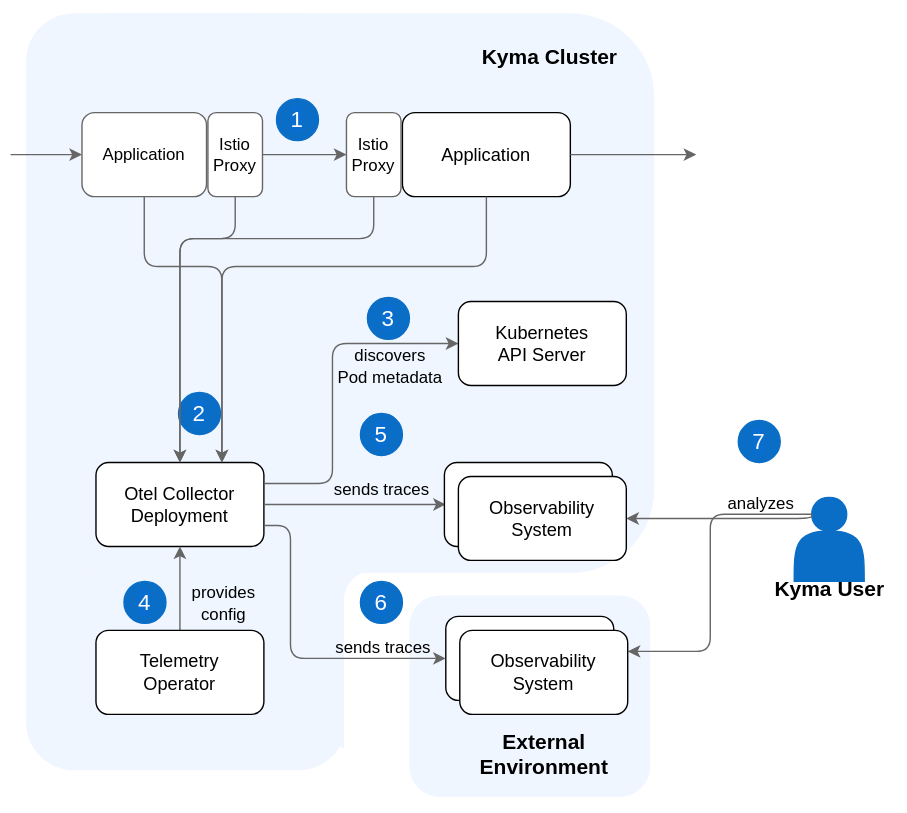
kyma-project/telemetry-manager keeps this draw.io diagram as docs/user/assets/tracing-arch.drawio.svg. Above is the earlier version. Source tidied: cells renumbered, new cells last; positions are measured from the earlier drawing's top-left corner, leaving out a move shared by most shapes.
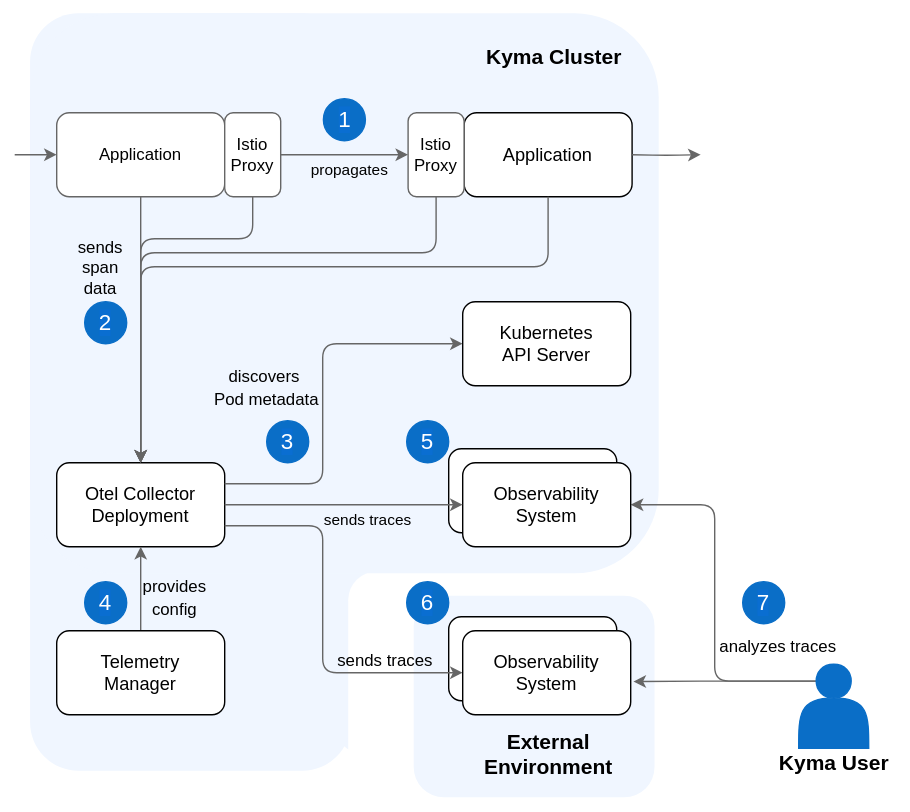
Later version of the same file.

What changed in the source:
```diff
@@ -5,24 +5,21 @@
     <mxCell id="2" style="rounded=0;whiteSpace=wrap;html=1;strokeColor=none;fillColor=#FFFFFF;" parent="1" vertex="1">
-      <mxGeometry x="11" width="629" height="580" as="geometry" />
+      <mxGeometry x="-910" y="-400" width="650" height="580" as="geometry" />
     </mxCell>
     <mxCell id="3" style="rounded=1;whiteSpace=wrap;html=1;strokeColor=none;fillColor=#F0F6FF;" parent="1" vertex="1">
-      <mxGeometry x="230" y="402.5" width="118.7" height="135" as="geometry" />
+      <mxGeometry x="-670" y="2.5" width="118.7" height="135" as="geometry" />
     </mxCell>
     <mxCell id="4" style="rounded=1;whiteSpace=wrap;html=1;strokeColor=none;fillColor=#F0F6FF;" parent="1" vertex="1">
-      <mxGeometry x="11" y="9" width="229" height="541" as="geometry" />
+      <mxGeometry x="-889" y="-391" width="229" height="541" as="geometry" />
     </mxCell>
     <mxCell id="5" style="rounded=1;whiteSpace=wrap;html=1;strokeColor=none;" parent="1" vertex="1">
-      <mxGeometry x="238.2" y="407.5" width="138.3" height="150" as="geometry" />
+      <mxGeometry x="-661.8" y="7.5" width="138.3" height="150" as="geometry" />
     </mxCell>
     <mxCell id="6" style="rounded=1;whiteSpace=wrap;html=1;strokeColor=none;fillColor=#F0F6FF;" parent="1" vertex="1">
-      <mxGeometry x="11" y="9" width="449" height="400" as="geometry" />
+      <mxGeometry x="-889" y="-391" width="449" height="400" as="geometry" />
     </mxCell>
-    <mxCell id="7" value="Application" style="rounded=1;whiteSpace=wrap;html=1;fillColor=#ffffff;gradientColor=none;strokeColor=#666666;" parent="1" vertex="1">
-      <mxGeometry x="51" y="80" width="89" height="60" as="geometry" />
-    </mxCell>
     <mxCell id="8" value="Application" style="rounded=1;whiteSpace=wrap;html=1;fontSize=13;" parent="1" vertex="1">
-      <mxGeometry x="280" y="80" width="120" height="60" as="geometry" />
+      <mxGeometry x="-579" y="-320" width="120" height="60" as="geometry" />
     </mxCell>
     <mxCell id="9" value="Otel Collector&lt;br&gt;Deployment" style="rounded=1;whiteSpace=wrap;html=1;fontSize=13;" parent="1" vertex="1">
-      <mxGeometry x="61" y="330" width="120" height="60" as="geometry" />
+      <mxGeometry x="-870" y="-70" width="120" height="60" as="geometry" />
     </mxCell>
@@ -31,4 +28,4 @@
         <Array as="points">
-          <mxPoint x="230" y="345" />
-          <mxPoint x="230" y="245" />
+          <mxPoint x="-680" y="-55" />
+          <mxPoint x="-680" y="-155" />
         </Array>
@@ -36,5 +33,5 @@
     </mxCell>
-    <mxCell id="11" value="&lt;font style=&quot;font-size: 12px&quot;&gt;discovers&lt;br&gt;Pod metadata&lt;/font&gt;" style="text;html=1;align=center;verticalAlign=middle;labelBackgroundColor=none;fontSize=13;" parent="10" vertex="1">
+    <mxCell id="11" value="&lt;font style=&quot;font-size: 12px&quot;&gt;discovers&lt;br&gt;&amp;nbsp;Pod metadata&lt;/font&gt;" style="text;html=1;align=center;verticalAlign=middle;labelBackgroundColor=none;fontSize=13;" parent="10" vertex="1">
       <mxGeometry x="-0.24" y="2" relative="1" as="geometry">
-        <mxPoint x="42" y="-43" as="offset" />
+        <mxPoint x="-41" y="-37" as="offset" />
       </mxGeometry>
@@ -42,18 +39,4 @@
     <mxCell id="12" value="&lt;font style=&quot;font-size: 16px&quot;&gt;2&lt;/font&gt;" style="ellipse;whiteSpace=wrap;html=1;labelBackgroundColor=#0A6ED1;fontColor=#FFFFFF;fillColor=#0A6EC7;strokeColor=#0A6EC7;" parent="1" vertex="1">
-      <mxGeometry x="120" y="280" width="30" height="30" as="geometry" />
+      <mxGeometry x="-850" y="-185" width="30" height="30" as="geometry" />
     </mxCell>
-    <mxCell id="13" value="&lt;font style=&quot;font-size: 16px&quot;&gt;5&lt;/font&gt;" style="ellipse;whiteSpace=wrap;html=1;labelBackgroundColor=#0A6ED1;fontColor=#FFFFFF;fillColor=#0A6EC7;strokeColor=#0A6EC7;" parent="1" vertex="1">
-      <mxGeometry x="250" y="295" width="30" height="30" as="geometry" />
-    </mxCell>
-    <mxCell id="14" value="sends traces&amp;nbsp;" style="text;html=1;align=center;verticalAlign=middle;strokeColor=none;" parent="1" vertex="1">
-      <mxGeometry x="220" y="340" width="90" height="20" as="geometry" />
-    </mxCell>
-    <mxCell id="15" style="edgeStyle=orthogonalEdgeStyle;rounded=1;jettySize=auto;html=1;startArrow=none;startFill=0;endArrow=classic;endFill=1;strokeColor=#666666;exitX=1;exitY=0.5;exitDx=0;exitDy=0;entryX=0;entryY=0.5;entryDx=0;entryDy=0;" parent="1" edge="1" source="9">
-      <mxGeometry relative="1" as="geometry">
-        <mxPoint x="311" y="360" as="targetPoint" />
-        <Array as="points">
-          <mxPoint x="311" y="360" />
-        </Array>
-      </mxGeometry>
-    </mxCell>
     <mxCell id="16" style="edgeStyle=orthogonalEdgeStyle;rounded=1;jettySize=auto;html=1;startArrow=none;startFill=0;endArrow=classic;endFill=1;exitX=0.5;exitY=0;exitDx=0;exitDy=0;strokeColor=#666666;entryX=0.5;entryY=1;entryDx=0;entryDy=0;" parent="1" edge="1" source="23" target="9">
@@ -63,10 +46,10 @@
       <mxGeometry x="-0.24" y="2" relative="1" as="geometry">
-        <mxPoint x="32" y="2" as="offset" />
+        <mxPoint x="25" y="-2" as="offset" />
       </mxGeometry>
     </mxCell>
-    <mxCell id="18" style="edgeStyle=orthogonalEdgeStyle;rounded=1;jettySize=auto;html=1;startArrow=none;startFill=0;endArrow=classic;endFill=1;strokeColor=#666666;entryX=0.75;entryY=0;entryDx=0;entryDy=0;exitX=0.5;exitY=1;exitDx=0;exitDy=0;" parent="1" edge="1" source="8" target="9">
+    <mxCell id="18" style="edgeStyle=orthogonalEdgeStyle;rounded=1;jettySize=auto;html=1;startArrow=none;startFill=0;endArrow=classic;endFill=1;strokeColor=#666666;entryX=0.5;entryY=0;entryDx=0;entryDy=0;exitX=0.5;exitY=1;exitDx=0;exitDy=0;" parent="1" edge="1" source="8" target="9">
       <mxGeometry relative="1" as="geometry">
         <Array as="points">
-          <mxPoint x="340" y="190" />
-          <mxPoint x="151" y="190" />
+          <mxPoint x="-519" y="-210" />
+          <mxPoint x="-810" y="-210" />
         </Array>
@@ -74,52 +57,42 @@
     </mxCell>
+    <mxCell id="48" value="&lt;font style=&quot;font-size: 12px;&quot;&gt;sends&lt;br&gt;span&lt;br&gt;data&lt;/font&gt;" style="edgeLabel;html=1;align=center;verticalAlign=middle;labelBackgroundColor=none;" parent="18" vertex="1">
+      <mxGeometry x="0.17" y="-2" relative="1" as="geometry">
+        <mxPoint x="-89" y="2" as="offset" />
+      </mxGeometry>
+    </mxCell>
     <mxCell id="19" value="Kubernetes&lt;br&gt;API Server" style="rounded=1;whiteSpace=wrap;html=1;fontSize=13;" parent="1" vertex="1">
-      <mxGeometry x="320" y="215" width="120" height="60" as="geometry" />
+      <mxGeometry x="-580" y="-185" width="120" height="60" as="geometry" />
     </mxCell>
     <mxCell id="20" value="&lt;font style=&quot;font-size: 16px&quot;&gt;3&lt;/font&gt;" style="ellipse;whiteSpace=wrap;html=1;labelBackgroundColor=#0A6ED1;fontColor=#FFFFFF;fillColor=#0A6EC7;strokeColor=#0A6EC7;" parent="1" vertex="1">
-      <mxGeometry x="255" y="212" width="30" height="30" as="geometry" />
+      <mxGeometry x="-720" y="-100" width="30" height="30" as="geometry" />
     </mxCell>
-    <mxCell id="21" style="shape=actor;whiteSpace=wrap;html=1;fillColor=#0A6EC7;strokeColor=#0A6EC7;" parent="1" vertex="1">
-      <mxGeometry x="560" y="355" width="50" height="60" as="geometry" />
-    </mxCell>
-    <mxCell id="22" value="&lt;font style=&quot;font-size: 15px&quot;&gt;&lt;b&gt;Kyma User&lt;/b&gt;&lt;/font&gt;" style="text;html=1;align=center;verticalAlign=middle;fontSize=15;" parent="1" vertex="1">
-      <mxGeometry x="540" y="410" width="90" height="20" as="geometry" />
-    </mxCell>
-    <mxCell id="23" value="Telemetry&lt;br&gt;Operator" style="rounded=1;whiteSpace=wrap;html=1;fontSize=13;" parent="1" vertex="1">
-      <mxGeometry x="61" y="450" width="120" height="60" as="geometry" />
+    <mxCell id="23" value="Telemetry&lt;br&gt;Manager" style="rounded=1;whiteSpace=wrap;html=1;fontSize=13;" parent="1" vertex="1">
+      <mxGeometry x="-870" y="50" width="120" height="60" as="geometry" />
     </mxCell>
     <mxCell id="24" value="&lt;font style=&quot;font-size: 16px&quot;&gt;4&lt;/font&gt;" style="ellipse;whiteSpace=wrap;html=1;labelBackgroundColor=#0A6ED1;fontColor=#FFFFFF;fillColor=#0A6EC7;strokeColor=#0A6EC7;" parent="1" vertex="1">
-      <mxGeometry x="81" y="415" width="30" height="30" as="geometry" />
+      <mxGeometry x="-850" y="15" width="30" height="30" as="geometry" />
     </mxCell>
-    <mxCell id="25" value="&lt;font style=&quot;font-size: 16px&quot;&gt;6&lt;/font&gt;" style="ellipse;whiteSpace=wrap;html=1;labelBackgroundColor=#0A6ED1;fontColor=#FFFFFF;fillColor=#0A6EC7;strokeColor=#0A6EC7;" parent="1" vertex="1">
-      <mxGeometry x="250" y="415" width="30" height="30" as="geometry" />
-    </mxCell>
     <mxCell id="26" style="rounded=1;whiteSpace=wrap;html=1;strokeColor=none;fillColor=#F0F6FF;" parent="1" vertex="1">
-      <mxGeometry x="285" y="425" width="172" height="144" as="geometry" />
+      <mxGeometry x="-615" y="25" width="172" height="144" as="geometry" />
     </mxCell>
     <mxCell id="27" value="Observability&lt;br&gt;System" style="rounded=1;whiteSpace=wrap;html=1;fontSize=13;" parent="1" vertex="1">
-      <mxGeometry x="311" y="440" width="120" height="60" as="geometry" />
+      <mxGeometry x="-590" y="40" width="120" height="60" as="geometry" />
     </mxCell>
-    <mxCell id="28" style="edgeStyle=orthogonalEdgeStyle;rounded=1;jettySize=auto;html=1;strokeColor=#666666;entryX=1;entryY=0.25;entryDx=0;entryDy=0;exitX=0.25;exitY=0.2;exitDx=0;exitDy=0;exitPerimeter=0;" parent="1" edge="1" source="21" target="36">
-      <mxGeometry relative="1" as="geometry">
-        <Array as="points">
-          <mxPoint x="500" y="367" />
-          <mxPoint x="500" y="465" />
-        </Array>
-      </mxGeometry>
+    <mxCell id="28" style="edgeStyle=orthogonalEdgeStyle;rounded=1;jettySize=auto;html=1;strokeColor=#666666;entryX=1.016;entryY=0.605;entryDx=0;entryDy=0;exitX=0.25;exitY=0.2;exitDx=0;exitDy=0;exitPerimeter=0;entryPerimeter=0;" parent="1" edge="1" source="21" target="36">
+      <mxGeometry relative="1" as="geometry" />
     </mxCell>
     <mxCell id="29" value="&lt;font style=&quot;font-size: 15px&quot;&gt;&lt;b&gt;Kyma Cluster&lt;/b&gt;&lt;/font&gt;" style="text;html=1;align=center;verticalAlign=middle;" parent="1" vertex="1">
-      <mxGeometry x="330" y="30" width="110" height="20" as="geometry" />
+      <mxGeometry x="-570" y="-370" width="110" height="20" as="geometry" />
     </mxCell>
     <mxCell id="30" value="&lt;font style=&quot;font-size: 15px&quot;&gt;&lt;b&gt;External&lt;br&gt;Environment&lt;/b&gt;&lt;/font&gt;" style="text;html=1;align=center;verticalAlign=middle;" parent="1" vertex="1">
-      <mxGeometry x="326" y="517.5" width="110" height="40" as="geometry" />
+      <mxGeometry x="-574" y="117.5" width="110" height="40" as="geometry" />
     </mxCell>
     <mxCell id="31" value="&lt;font style=&quot;font-size: 16px&quot;&gt;7&lt;/font&gt;" style="ellipse;whiteSpace=wrap;html=1;labelBackgroundColor=#0A6ED1;fontColor=#FFFFFF;fillColor=#0A6EC7;strokeColor=#0A6EC7;" parent="1" vertex="1">
-      <mxGeometry x="520" y="300" width="30" height="30" as="geometry" />
+      <mxGeometry x="-380" y="15" width="30" height="30" as="geometry" />
     </mxCell>
-    <mxCell id="32" style="edgeStyle=orthogonalEdgeStyle;rounded=1;jettySize=auto;html=1;startArrow=none;startFill=0;endArrow=classic;endFill=1;exitX=1;exitY=0.75;exitDx=0;exitDy=0;strokeColor=#666666;entryX=0;entryY=0.5;entryDx=0;entryDy=0;" parent="1" edge="1" target="27">
+    <mxCell id="32" style="edgeStyle=orthogonalEdgeStyle;rounded=1;jettySize=auto;html=1;startArrow=none;startFill=0;endArrow=classic;endFill=1;exitX=1;exitY=0.75;exitDx=0;exitDy=0;strokeColor=#666666;entryX=0;entryY=0.5;entryDx=0;entryDy=0;" parent="1" edge="1" source="9" target="36">
       <mxGeometry relative="1" as="geometry">
-        <mxPoint x="181" y="375" as="sourcePoint" />
         <Array as="points">
-          <mxPoint x="200" y="375" />
-          <mxPoint x="200" y="470" />
+          <mxPoint x="-680" y="-25" />
+          <mxPoint x="-680" y="80" />
         </Array>
@@ -129,3 +102,3 @@
       <mxGeometry x="-0.24" y="2" relative="1" as="geometry">
-        <mxPoint x="63" y="19" as="offset" />
+        <mxPoint x="43" y="60" as="offset" />
       </mxGeometry>
@@ -135,3 +108,4 @@
         <Array as="points">
-          <mxPoint x="573" y="370" />
+          <mxPoint x="-400" y="86" />
+          <mxPoint x="-400" y="-40" />
         </Array>
@@ -139,5 +113,5 @@
     </mxCell>
-    <mxCell id="35" value="&lt;span style=&quot;font-size: 12px;&quot;&gt;analyzes&lt;/span&gt;" style="text;html=1;align=center;verticalAlign=middle;labelBackgroundColor=none;fontSize=13;" parent="34" vertex="1">
+    <mxCell id="35" value="&lt;span style=&quot;font-size: 12px;&quot;&gt;analyzes traces&lt;/span&gt;" style="text;html=1;align=center;verticalAlign=middle;labelBackgroundColor=none;fontSize=13;" parent="34" vertex="1">
       <mxGeometry x="-0.24" y="2" relative="1" as="geometry">
-        <mxPoint x="12" y="-14" as="offset" />
+        <mxPoint x="46" y="1" as="offset" />
       </mxGeometry>
@@ -145,9 +119,9 @@
     <mxCell id="36" value="Observability&lt;br&gt;System" style="rounded=1;whiteSpace=wrap;html=1;fontSize=13;" parent="1" vertex="1">
-      <mxGeometry x="321" y="450" width="120" height="60" as="geometry" />
+      <mxGeometry x="-580" y="50" width="120" height="60" as="geometry" />
     </mxCell>
     <mxCell id="37" value="Observability&lt;br&gt;System" style="rounded=1;whiteSpace=wrap;html=1;fontSize=13;" parent="1" vertex="1">
-      <mxGeometry x="310" y="330" width="120" height="60" as="geometry" />
+      <mxGeometry x="-590" y="-80" width="120" height="60" as="geometry" />
     </mxCell>
     <mxCell id="38" value="Observability&lt;br&gt;System" style="rounded=1;whiteSpace=wrap;html=1;fontSize=13;" parent="1" vertex="1">
-      <mxGeometry x="320" y="340" width="120" height="60" as="geometry" />
+      <mxGeometry x="-580" y="-70" width="120" height="60" as="geometry" />
     </mxCell>
@@ -155,28 +129,26 @@
       <mxGeometry relative="1" as="geometry">
-        <mxPoint y="110" as="targetPoint" />
+        <mxPoint x="-900" y="-290" as="targetPoint" />
       </mxGeometry>
     </mxCell>
-    <mxCell id="40" value="Istio&lt;br&gt;Proxy" style="rounded=1;whiteSpace=wrap;html=1;fillColor=#ffffff;gradientColor=none;strokeColor=#666666;" parent="1" vertex="1">
-      <mxGeometry x="141" y="80" width="39" height="60" as="geometry" />
-    </mxCell>
     <mxCell id="41" value="Istio&lt;br&gt;Proxy" style="rounded=1;whiteSpace=wrap;html=1;fillColor=#ffffff;gradientColor=none;strokeColor=#666666;" parent="1" vertex="1">
-      <mxGeometry x="240" y="80" width="39" height="60" as="geometry" />
+      <mxGeometry x="-619" y="-320" width="40" height="60" as="geometry" />
     </mxCell>
-    <mxCell id="42" style="edgeStyle=orthogonalEdgeStyle;rounded=1;jettySize=auto;html=1;startArrow=classic;startFill=1;endArrow=none;endFill=0;strokeColor=#666666;exitX=0;exitY=0.5;exitDx=0;exitDy=0;" parent="1" edge="1" source="41">
-      <mxGeometry relative="1" as="geometry">
-        <mxPoint x="180" y="110" as="targetPoint" />
-      </mxGeometry>
+    <mxCell id="42" style="edgeStyle=orthogonalEdgeStyle;rounded=1;jettySize=auto;html=1;startArrow=classic;startFill=1;endArrow=none;endFill=0;strokeColor=#666666;exitX=0;exitY=0.5;exitDx=0;exitDy=0;entryX=1;entryY=0.5;entryDx=0;entryDy=0;" parent="1" edge="1" source="41" target="40">
+      <mxGeometry relative="1" as="geometry" />
     </mxCell>
+    <mxCell id="49" value="propagates" style="edgeLabel;html=1;align=center;verticalAlign=middle;labelBackgroundColor=none;" parent="42" vertex="1">
+      <mxGeometry x="-0.07" relative="1" as="geometry">
+        <mxPoint x="-1" y="10" as="offset" />
+      </mxGeometry>
+    </mxCell>
     <mxCell id="43" style="edgeStyle=orthogonalEdgeStyle;rounded=1;jettySize=auto;html=1;startArrow=classic;startFill=1;endArrow=none;endFill=0;strokeColor=#666666;entryX=1;entryY=0.5;entryDx=0;entryDy=0;" parent="1" edge="1" target="8">
       <mxGeometry relative="1" as="geometry">
-        <mxPoint x="490" y="110" as="sourcePoint" />
+        <mxPoint x="-410" y="-290" as="sourcePoint" />
       </mxGeometry>
     </mxCell>
-    <mxCell id="44" style="edgeStyle=orthogonalEdgeStyle;rounded=1;jettySize=auto;html=1;startArrow=none;startFill=0;endArrow=classic;endFill=1;strokeColor=#666666;exitX=0.5;exitY=1;exitDx=0;exitDy=0;" parent="1" edge="1" source="41">
+    <mxCell id="44" style="edgeStyle=orthogonalEdgeStyle;rounded=1;jettySize=auto;html=1;startArrow=none;startFill=0;endArrow=classic;endFill=1;strokeColor=#666666;exitX=0.5;exitY=1;exitDx=0;exitDy=0;entryX=0.5;entryY=0;entryDx=0;entryDy=0;" parent="1" edge="1" source="41" target="9">
       <mxGeometry relative="1" as="geometry">
-        <mxPoint x="121" y="330" as="targetPoint" />
         <Array as="points">
-          <mxPoint x="260" y="170" />
-          <mxPoint x="121" y="170" />
-          <mxPoint x="121" y="330" />
+          <mxPoint x="-599" y="-220" />
+          <mxPoint x="-810" y="-220" />
         </Array>
@@ -187,4 +159,4 @@
         <Array as="points">
-          <mxPoint x="161" y="170" />
-          <mxPoint x="121" y="170" />
+          <mxPoint x="-730" y="-230" />
+          <mxPoint x="-810" y="-230" />
         </Array>
@@ -192,7 +164,7 @@
     </mxCell>
-    <mxCell id="46" style="edgeStyle=orthogonalEdgeStyle;rounded=1;jettySize=auto;html=1;startArrow=none;startFill=0;endArrow=classic;endFill=1;strokeColor=#666666;entryX=0.75;entryY=0;entryDx=0;entryDy=0;exitX=0.5;exitY=1;exitDx=0;exitDy=0;" parent="1" edge="1" source="7" target="9">
+    <mxCell id="46" style="edgeStyle=orthogonalEdgeStyle;rounded=1;jettySize=auto;html=1;startArrow=none;startFill=0;endArrow=classic;endFill=1;strokeColor=#666666;entryX=0.5;entryY=0;entryDx=0;entryDy=0;exitX=0.5;exitY=1;exitDx=0;exitDy=0;" parent="1" edge="1" source="7" target="9">
       <mxGeometry relative="1" as="geometry">
         <Array as="points">
-          <mxPoint x="96" y="190" />
-          <mxPoint x="151" y="190" />
+          <mxPoint x="-810" y="-210" />
+          <mxPoint x="-810" y="-210" />
         </Array>
@@ -201,4 +173,33 @@
     <mxCell id="47" value="&lt;font style=&quot;font-size: 16px&quot;&gt;1&lt;/font&gt;" style="ellipse;whiteSpace=wrap;html=1;labelBackgroundColor=#0A6ED1;fontColor=#FFFFFF;fillColor=#0A6EC7;strokeColor=#0A6EC7;" parent="1" vertex="1">
-      <mxGeometry x="190" y="70" width="30" height="30" as="geometry" />
+      <mxGeometry x="-679.5" y="-330" width="30" height="30" as="geometry" />
     </mxCell>
+    <mxCell id="7" value="Application" style="rounded=1;whiteSpace=wrap;html=1;fillColor=#ffffff;gradientColor=none;strokeColor=#666666;" parent="1" vertex="1">
+      <mxGeometry x="-870" y="-320" width="120" height="60" as="geometry" />
+    </mxCell>
+    <mxCell id="40" value="Istio&lt;br&gt;Proxy" style="rounded=1;whiteSpace=wrap;html=1;fillColor=#ffffff;gradientColor=none;strokeColor=#666666;" parent="1" vertex="1">
+      <mxGeometry x="-750" y="-320" width="40" height="60" as="geometry" />
+    </mxCell>
+    <mxCell id="25" value="&lt;font style=&quot;font-size: 16px&quot;&gt;6&lt;/font&gt;" style="ellipse;whiteSpace=wrap;html=1;labelBackgroundColor=#0A6ED1;fontColor=#FFFFFF;fillColor=#0A6EC7;strokeColor=#0A6EC7;" parent="1" vertex="1">
+      <mxGeometry x="-620" y="15" width="30" height="30" as="geometry" />
+    </mxCell>
+    <mxCell id="15" style="edgeStyle=orthogonalEdgeStyle;rounded=1;jettySize=auto;html=1;startArrow=none;startFill=0;endArrow=classic;endFill=1;strokeColor=#666666;exitX=1;exitY=0.5;exitDx=0;exitDy=0;entryX=0;entryY=0.5;entryDx=0;entryDy=0;" parent="1" edge="1" source="9" target="38">
+      <mxGeometry relative="1" as="geometry" />
+    </mxCell>
+    <mxCell id="14" value="sends traces" style="edgeLabel;html=1;align=center;verticalAlign=middle;labelBackgroundColor=none;" parent="15" vertex="1">
+      <mxGeometry x="0.11" y="-2" relative="1" as="geometry">
+        <mxPoint x="6" y="8" as="offset" />
+      </mxGeometry>
+    </mxCell>
+    <mxCell id="50" style="group;" parent="1" vertex="1">
+      <mxGeometry x="-360" y="74" width="90" height="80" as="geometry" />
+    </mxCell>
+    <mxCell id="21" style="shape=actor;whiteSpace=wrap;html=1;fillColor=#0A6EC7;strokeColor=#0A6EC7;" parent="50" vertex="1">
+      <mxGeometry x="20" width="50" height="60" as="geometry" />
+    </mxCell>
+    <mxCell id="22" value="&lt;font style=&quot;font-size: 15px&quot;&gt;&lt;b&gt;Kyma User&lt;/b&gt;&lt;/font&gt;" style="text;html=1;align=center;verticalAlign=middle;fontSize=15;" parent="50" vertex="1">
+      <mxGeometry y="60" width="90" height="20" as="geometry" />
+    </mxCell>
+    <mxCell id="13" value="&lt;font style=&quot;font-size: 16px&quot;&gt;5&lt;/font&gt;" style="ellipse;whiteSpace=wrap;html=1;labelBackgroundColor=#0A6ED1;fontColor=#FFFFFF;fillColor=#0A6EC7;strokeColor=#0A6EC7;" parent="1" vertex="1">
+      <mxGeometry x="-620" y="-100" width="30" height="30" as="geometry" />
+    </mxCell>
   </root>
```
